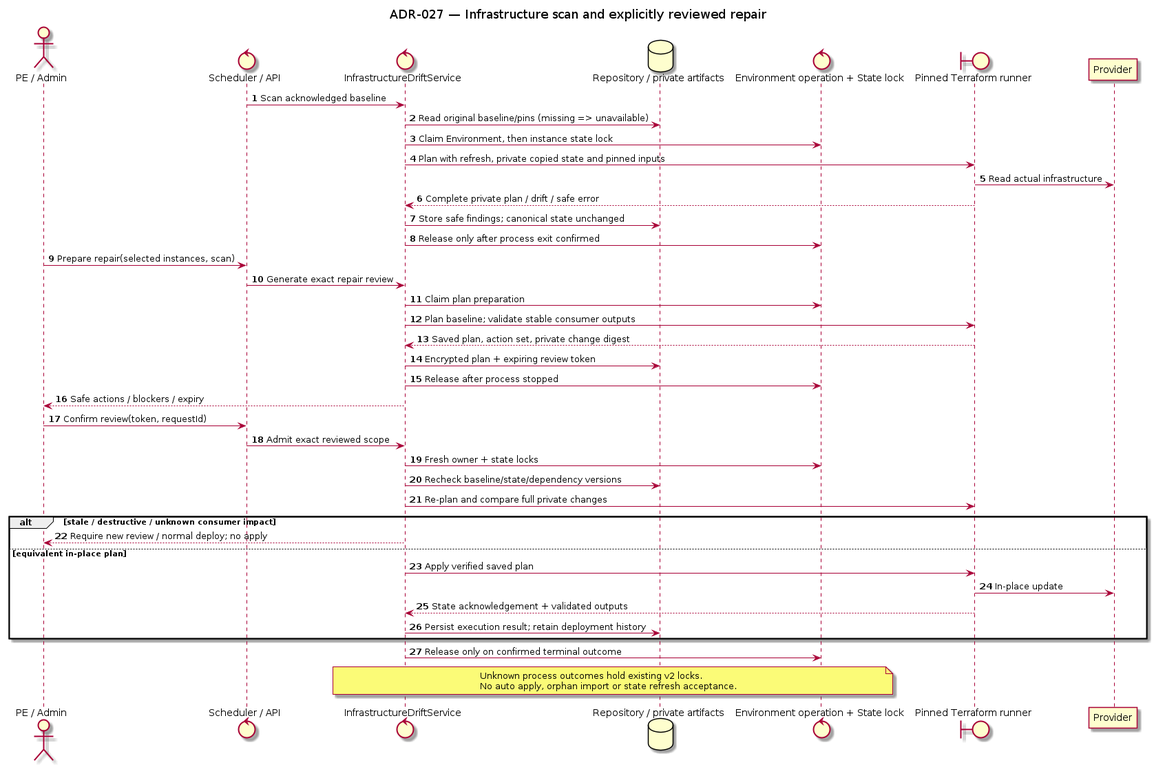
Earlier version of the PlantUML export orchestrator_docs/architecture/components/infrastructure-drift-sequence.png (pr3s3nt/poc). Its source is kept beside it as orchestrator_docs/architecture/components/infrastructure-drift-sequence.puml.
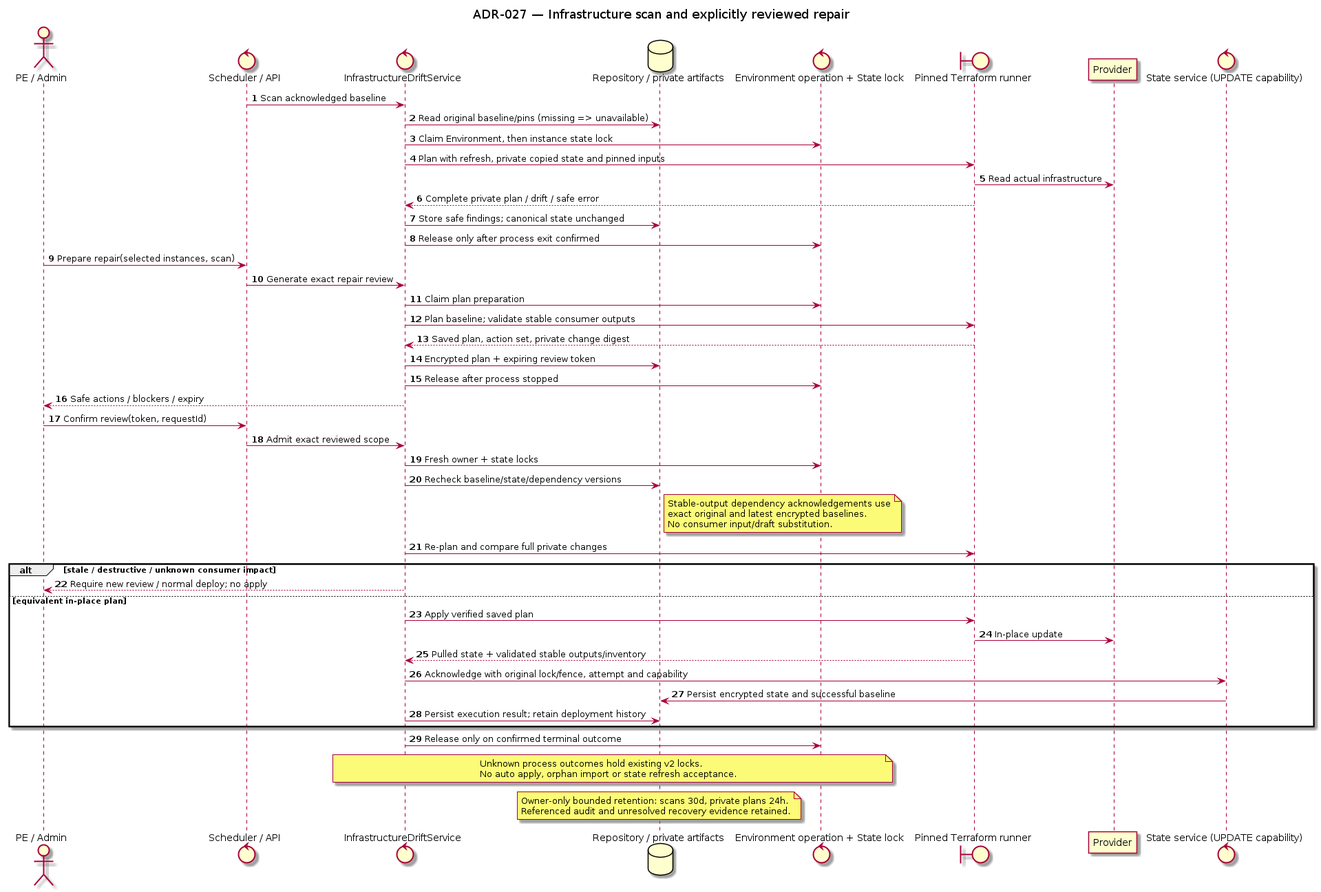
The same file after the commit.

Diff of the diagram source:
```diff
@@ -8,6 +8,7 @@
 control "Environment operation + State lock" as Lock
 boundary "Pinned Terraform runner" as TF
 participant "Provider" as Provider
+control "State service (UPDATE capability)" as State
 Trigger -> Service: Scan acknowledged baseline
 Service -> DB: Read original baseline/pins (missing => unavailable)
 Service -> Lock: Claim Environment, then instance state lock
@@ -28,13 +29,20 @@
 Trigger -> Service: Admit exact reviewed scope
 Service -> Lock: Fresh owner + state locks
 Service -> DB: Recheck baseline/state/dependency versions
+note right of DB
+Stable-output dependency acknowledgements use
+exact original and latest encrypted baselines.
+No consumer input/draft substitution.
+end note
 Service -> TF: Re-plan and compare full private changes
 alt stale / destructive / unknown consumer impact
   Service --> User: Require new review / normal deploy; no apply
 else equivalent in-place plan
   Service -> TF: Apply verified saved plan
   TF -> Provider: In-place update
-  TF --> Service: State acknowledgement + validated outputs
+  TF --> Service: Pulled state + validated stable outputs/inventory
+  Service -> State: Acknowledge with original lock/fence, attempt and capability
+  State -> DB: Persist encrypted state and successful baseline
   Service -> DB: Persist execution result; retain deployment history
 end
 Service -> Lock: Release only on confirmed terminal outcome
@@ -42,4 +50,8 @@
 Unknown process outcomes hold existing v2 locks.
 No auto apply, orphan import or state refresh acceptance.
 end note
+note over DB
+Owner-only bounded retention: scans 30d, private plans 24h.
+Referenced audit and unresolved recovery evidence retained.
+end note
 @enduml
```
